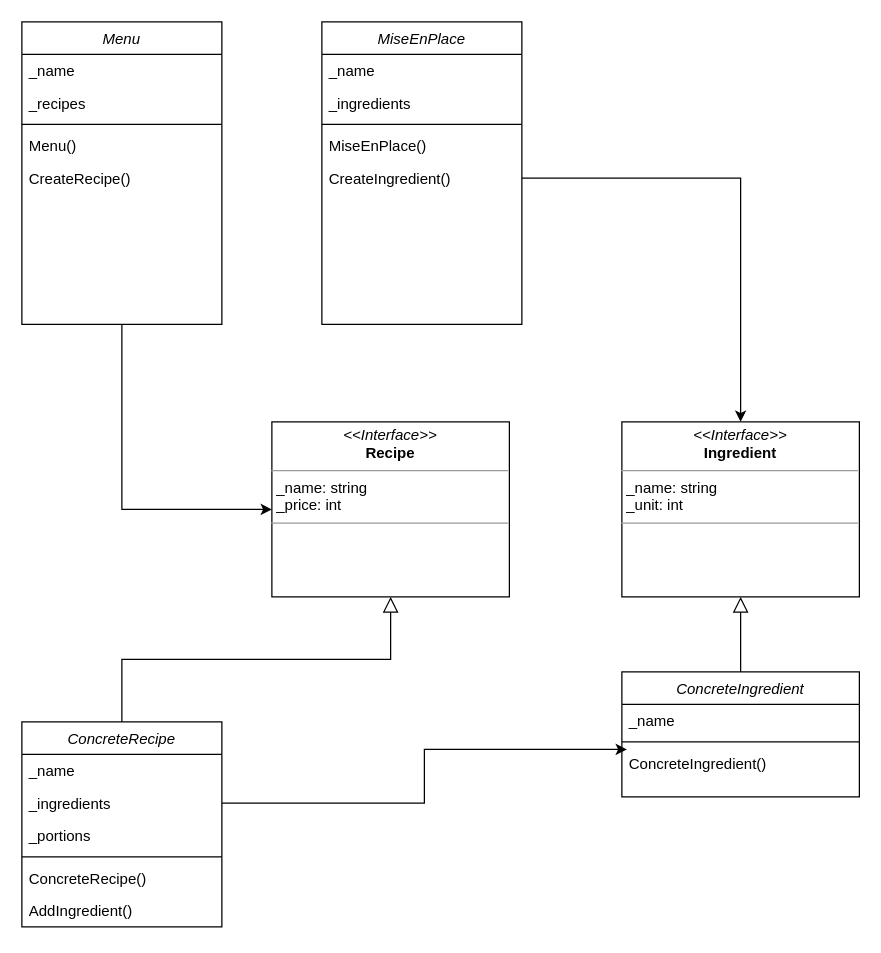
Earlier version of the draw.io diagram assets/FinalProjectRestaurant.drawio (neorgon/cse210-hw). Source tidied: cells renumbered, new cells numbered last; positions are measured from the earlier drawing's top-left corner, leaving out a move shared by most shapes. Both pictures are drawn from the tidied source at 125%, with x=0, y=0 at pixel (21, 21).
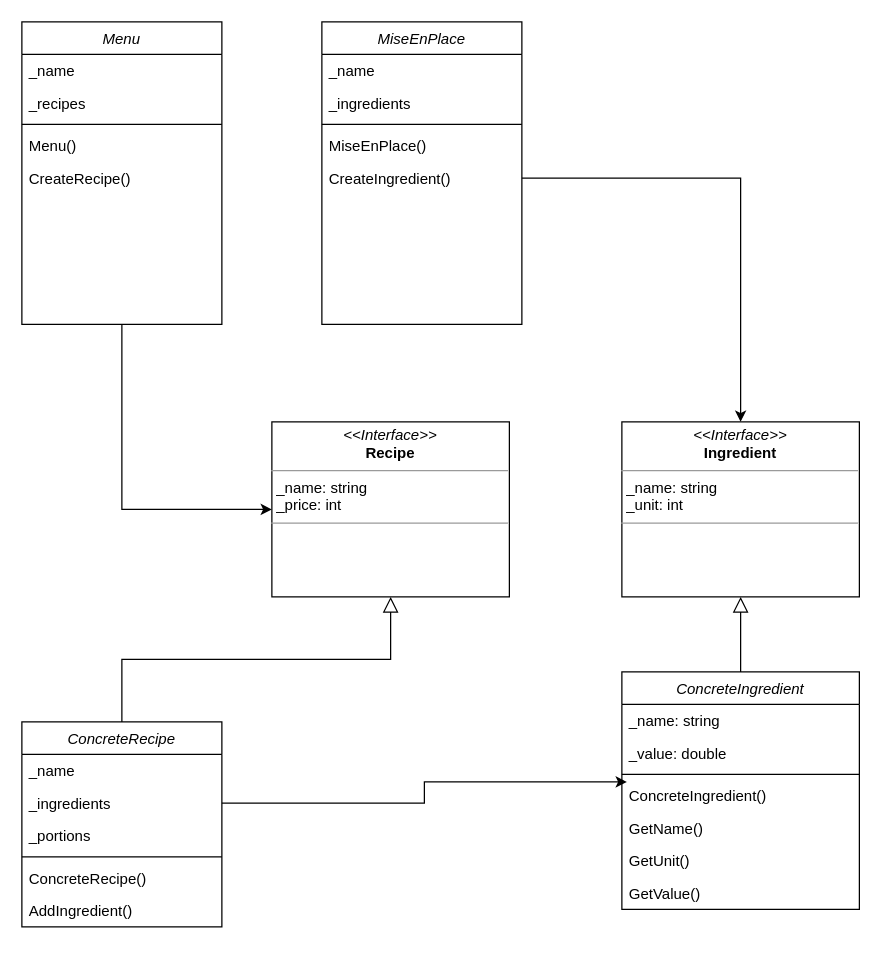
After the change.

Commit message:
Update concrete ingredients class behaviors

Diff of the diagram source:
```diff
@@
     <mxCell id="27" value="ConcreteIngredient" style="swimlane;fontStyle=2;align=center;verticalAlign=top;horizontal=1;startSize=26;rounded=0;shadow=0;strokeWidth=1;" parent="1" vertex="1">
-      <mxGeometry x="480" y="520" width="190" height="100" as="geometry" />
+      <mxGeometry x="480" y="520" width="190" height="190" as="geometry" />
     </mxCell>
-    <mxCell id="28" value="_name" style="text;align=left;verticalAlign=top;spacingLeft=4;spacingRight=4;overflow=hidden;" parent="27" vertex="1">
+    <mxCell id="28" value="_name: string" style="text;align=left;verticalAlign=top;spacingLeft=4;spacingRight=4;overflow=hidden;" parent="27" vertex="1">
       <mxGeometry y="26" width="190" height="26" as="geometry" />
     </mxCell>
+    <mxCell id="32" value="_value: double" style="text;align=left;verticalAlign=top;spacingLeft=4;spacingRight=4;overflow=hidden;" parent="27" vertex="1">
+      <mxGeometry y="52" width="190" height="26" as="geometry" />
+    </mxCell>
     <mxCell id="29" style="line;html=1;strokeWidth=1;align=left;verticalAlign=middle;spacingTop=-1;spacingLeft=3;spacingRight=3;labelPosition=right;" parent="27" vertex="1">
-      <mxGeometry y="52" width="190" height="8" as="geometry" />
+      <mxGeometry y="78" width="190" height="8" as="geometry" />
     </mxCell>
     <mxCell id="30" value="ConcreteIngredient()" style="text;align=left;verticalAlign=top;spacingLeft=4;spacingRight=4;overflow=hidden;points=[[0,0.5],[1,0.5]];portConstraint=eastwest;" parent="27" vertex="1">
-      <mxGeometry y="60" width="190" height="26" as="geometry" />
+      <mxGeometry y="86" width="190" height="26" as="geometry" />
     </mxCell>
+    <mxCell id="33" value="GetName()" style="text;align=left;verticalAlign=top;spacingLeft=4;spacingRight=4;overflow=hidden;" parent="27" vertex="1">
+      <mxGeometry y="112" width="190" height="26" as="geometry" />
+    </mxCell>
+    <mxCell id="34" value="GetUnit()" style="text;align=left;verticalAlign=top;spacingLeft=4;spacingRight=4;overflow=hidden;" parent="27" vertex="1">
+      <mxGeometry y="138" width="190" height="26" as="geometry" />
+    </mxCell>
+    <mxCell id="35" value="GetValue()" style="text;align=left;verticalAlign=top;spacingLeft=4;spacingRight=4;overflow=hidden;" parent="27" vertex="1">
+      <mxGeometry y="164" width="190" height="26" as="geometry" />
+    </mxCell>
```
